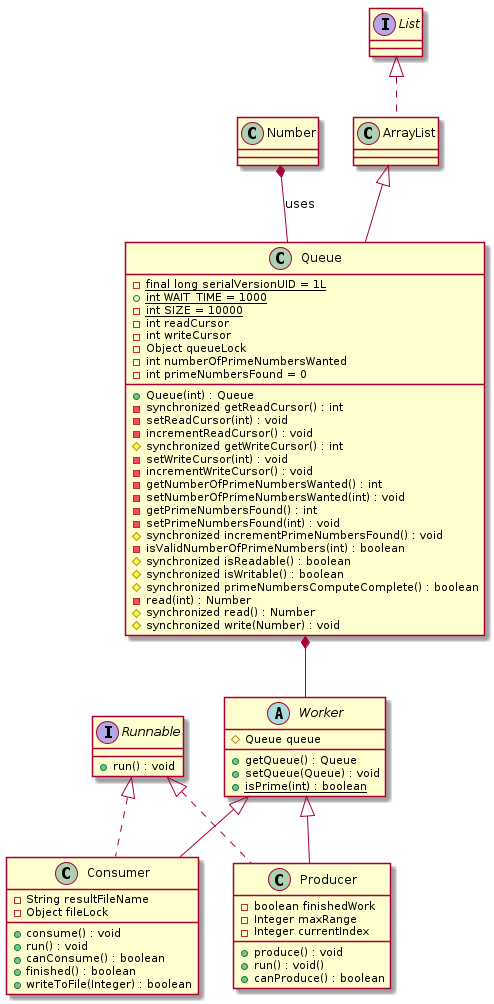
Above: ClassDiagram.png in FScholsen/PrimeNumber (PlantUML), before the change.
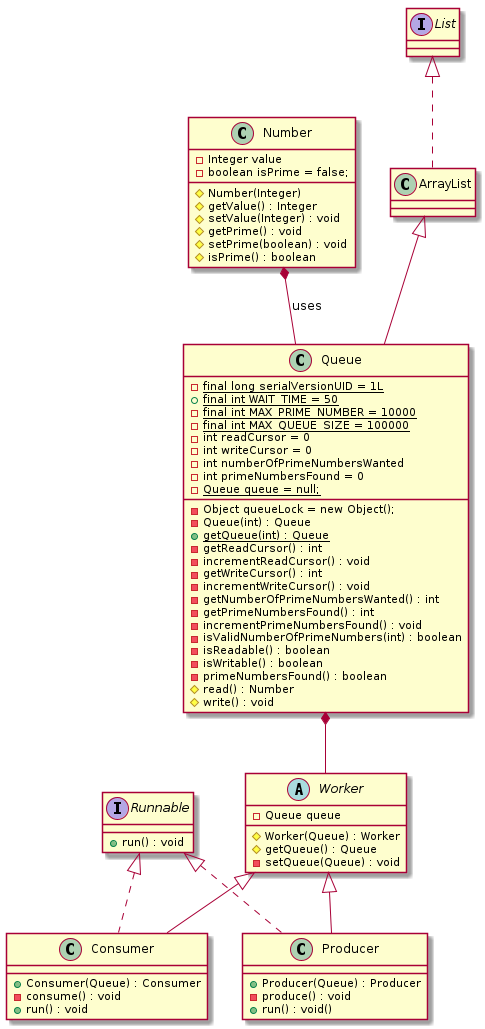
Above is the later version.

Commit message:
turn Queue into a Singleton, edit Class diagram

Change to the diagram source:
```diff
@@ -5,61 +5,61 @@
 interface Runnable {
 	+run() : void
 }
-class Number
+class Number {
+	- Integer value
+	- boolean isPrime = false;
+	# Number(Integer)
+	# getValue() : Integer
+	# setValue(Integer) : void
+	# getPrime() : void
+	# setPrime(boolean) : void
+	# isPrime() : boolean
+}
 class Queue {
 	- {static} final long serialVersionUID = 1L
-	+ {static} int WAIT_TIME = 1000
-	- {static} int SIZE = 10000
-	- int readCursor
-	- int writeCursor
-	- Object queueLock
+	+ {static} final int WAIT_TIME = 50
+	- {static} final int MAX_PRIME_NUMBER = 10000
+	- {static} final int MAX_QUEUE_SIZE = 100000
+	- int readCursor = 0
+	- int writeCursor = 0
+	- Object queueLock = new Object();
 	- int numberOfPrimeNumbersWanted
 	- int primeNumbersFound = 0
-	+ Queue(int) : Queue
-	- synchronized getReadCursor() : int
-	- setReadCursor(int) : void
+	- {static} Queue queue = null;
+	- Queue(int) : Queue
+	+ {static} getQueue(int) : Queue
+	- getReadCursor() : int
 	- incrementReadCursor() : void
-	# synchronized getWriteCursor() : int
-	- setWriteCursor(int) : void
+	- getWriteCursor() : int
 	- incrementWriteCursor() : void
 	- getNumberOfPrimeNumbersWanted() : int
-	- setNumberOfPrimeNumbersWanted(int) : void
 	- getPrimeNumbersFound() : int
-	- setPrimeNumbersFound(int) : void
-	# synchronized incrementPrimeNumbersFound() : void
+	- incrementPrimeNumbersFound() : void
 	- isValidNumberOfPrimeNumbers(int) : boolean
-	# synchronized isReadable() : boolean
-	# synchronized isWritable() : boolean
-	# synchronized primeNumbersComputeComplete() : boolean
-	- read(int) : Number
-	# synchronized read() : Number
-	# synchronized write(Number) : void
+	- isReadable() : boolean
+	- isWritable() : boolean
+	- primeNumbersFound() : boolean
+	# read() : Number
+	# write() : void
 }
 
 abstract class Worker {
-	# Queue queue
-	+getQueue() : Queue
-	+setQueue(Queue) : void
-	+ {static} isPrime(int) : boolean
+	- Queue queue
+	# Worker(Queue) : Worker
+	# getQueue() : Queue
+	- setQueue(Queue) : void
 }
 
 class Consumer {
-	-String resultFileName
-	-Object fileLock
-	+consume() : void
-	+run() : void
-	+canConsume() : boolean
-	+finished() : boolean
-	+writeToFile(Integer) : boolean
+	+ Consumer(Queue) : Consumer
+	- consume() : void
+	+ run() : void
 }
 
 class Producer {
-	-boolean finishedWork
-	-Integer maxRange
-	-Integer currentIndex
-	+produce() : void
-	+run() : void()
-	+canProduce() : boolean
+	+ Producer(Queue) : Producer
+	- produce() : void
+	+ run() : void()
 }
 
 List <|.. ArrayList
```
